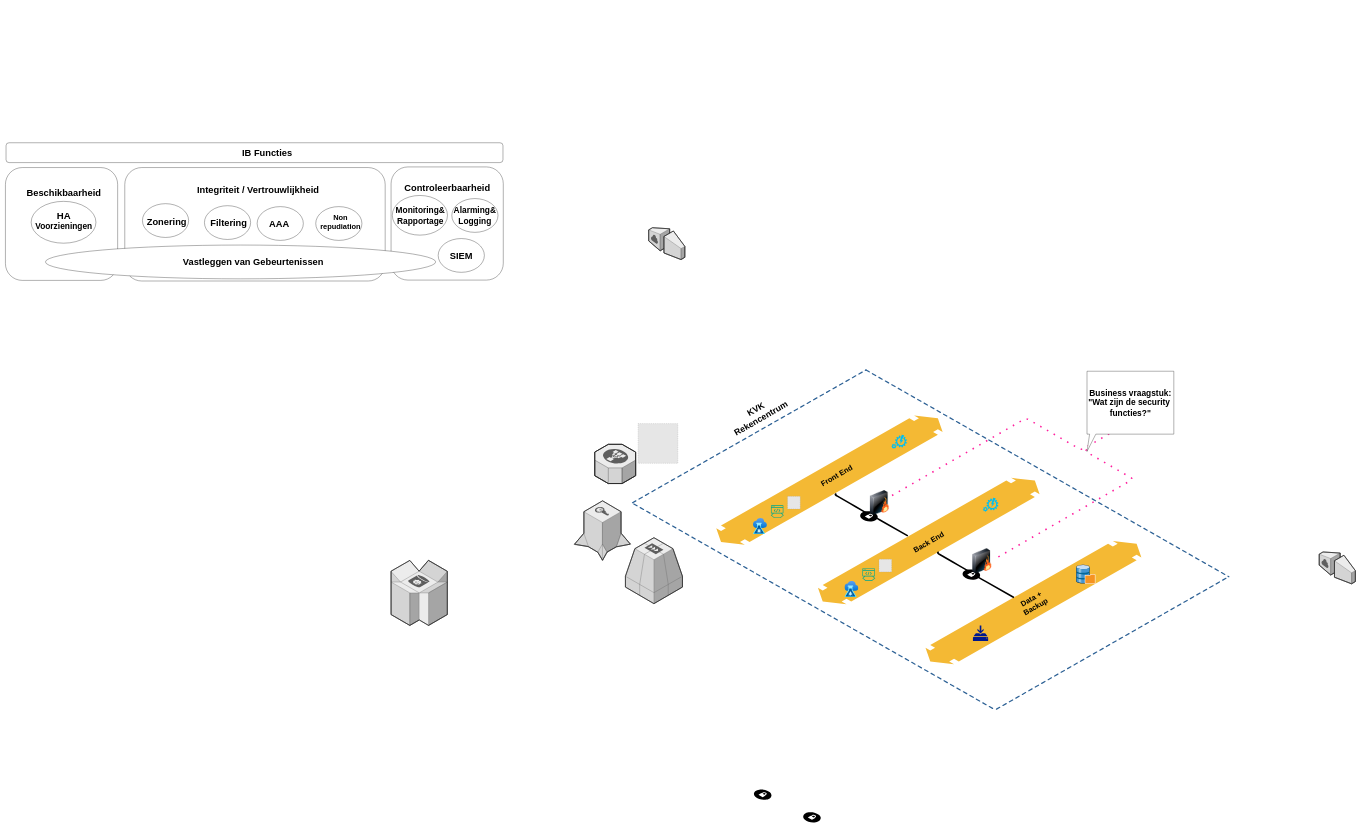
Before: Zonering.drawio in mhwwas/Terraform, a draw.io diagram. Source tidied: cells renumbered, new cells numbered last; positions are measured from the earlier drawing's top-left corner, leaving out a move shared by most shapes. Both pictures are drawn from the tidied source at 31%, with x=0, y=0 at pixel (5, 143). Pictures stored in the file or linked from it are replaced by grey dashed boxes.
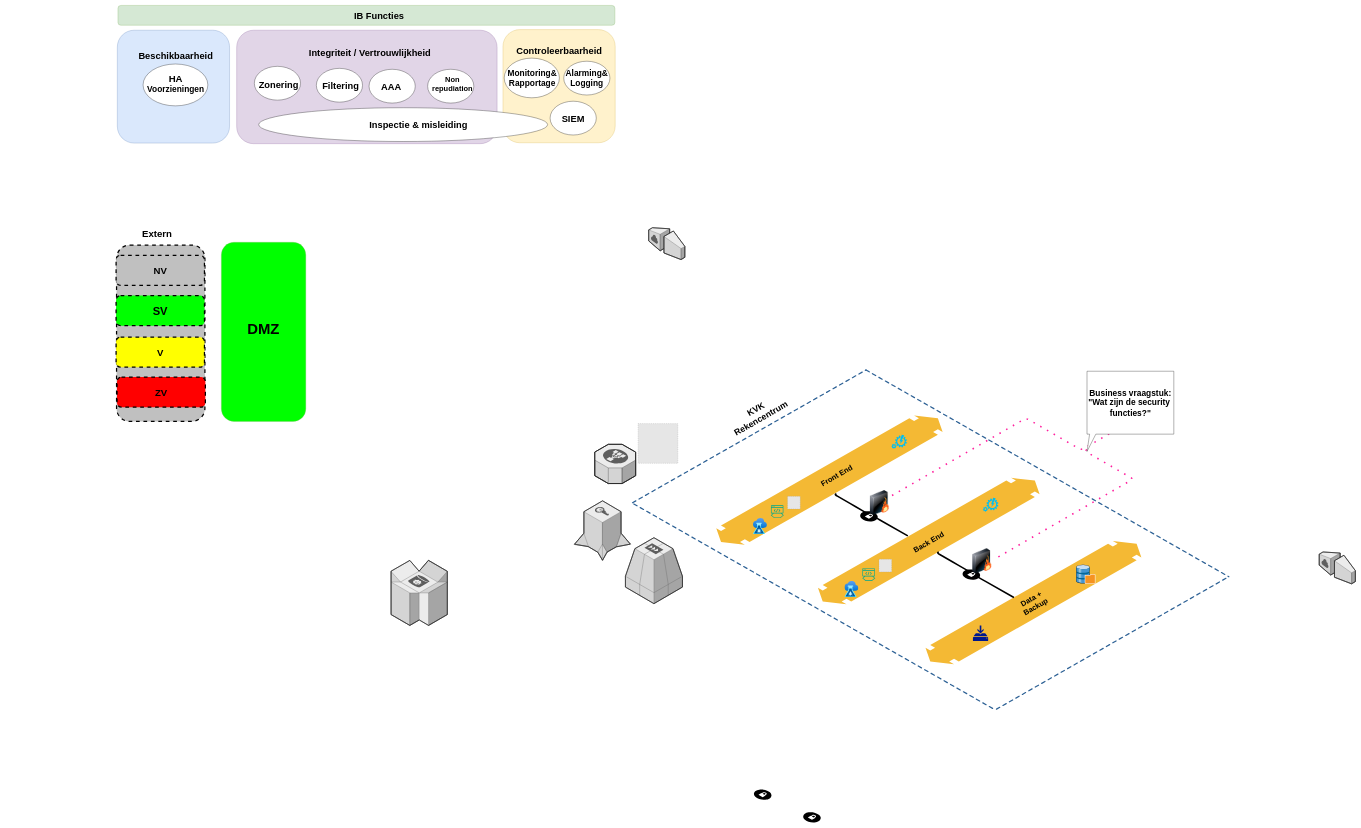
After the change.

Change to the diagram source:
```diff
@@
-    <mxCell id="43" style="rounded=1;whiteSpace=wrap;html=1;" parent="1" vertex="1">
-      <mxGeometry x="2" width="1603" height="64" as="geometry" />
+    <mxCell id="43" style="rounded=1;whiteSpace=wrap;html=1;fillColor=#d5e8d4;strokeColor=#82b366;" parent="1" vertex="1">
+      <mxGeometry x="363" y="-443" width="1603" height="64" as="geometry" />
     </mxCell>
-    <mxCell id="44" style="rounded=1;whiteSpace=wrap;html=1;" parent="1" vertex="1">
-      <mxGeometry y="80" width="362" height="364" as="geometry" />
+    <mxCell id="44" style="rounded=1;whiteSpace=wrap;html=1;fillColor=#dae8fc;strokeColor=#6c8ebf;" parent="1" vertex="1">
+      <mxGeometry x="361" y="-363" width="362" height="364" as="geometry" />
     </mxCell>
-    <mxCell id="45" style="rounded=1;whiteSpace=wrap;html=1;" parent="1" vertex="1">
-      <mxGeometry x="385" y="80" width="840" height="366" as="geometry" />
+    <mxCell id="45" style="rounded=1;whiteSpace=wrap;html=1;fillColor=#e1d5e7;strokeColor=#9673a6;" parent="1" vertex="1">
+      <mxGeometry x="746" y="-363" width="840" height="366" as="geometry" />
     </mxCell>
-    <mxCell id="46" style="rounded=1;whiteSpace=wrap;html=1;" parent="1" vertex="1">
-      <mxGeometry x="1244" y="78" width="362" height="365" as="geometry" />
+    <mxCell id="46" style="rounded=1;whiteSpace=wrap;html=1;fillColor=#fff2cc;strokeColor=#d6b656;" parent="1" vertex="1">
+      <mxGeometry x="1605" y="-365" width="362" height="365" as="geometry" />
     </mxCell>
     <mxCell id="47" value="&lt;font style=&quot;font-size: 30px;&quot;&gt;&lt;b&gt;IB Functies&lt;/b&gt;&lt;br&gt;&lt;/font&gt;" style="text;strokeColor=none;align=center;fillColor=none;html=1;verticalAlign=middle;whiteSpace=wrap;rounded=0;" parent="1" vertex="1">
-      <mxGeometry x="749" y="17" width="191" height="30" as="geometry" />
+      <mxGeometry x="1110" y="-426" width="191" height="30" as="geometry" />
     </mxCell>
     <mxCell id="48" value="&lt;font style=&quot;font-size: 30px;&quot;&gt;&lt;b&gt;Integriteit / Vertrouwlijkheid&lt;br&gt;&lt;/b&gt;&lt;/font&gt;" style="text;strokeColor=none;align=center;fillColor=none;html=1;verticalAlign=middle;whiteSpace=wrap;rounded=0;strokeWidth=33;" parent="1" vertex="1">
-      <mxGeometry x="599" y="137" width="432" height="30" as="geometry" />
+      <mxGeometry x="960" y="-306" width="432" height="30" as="geometry" />
     </mxCell>
     <mxCell id="49" value="&lt;font style=&quot;font-size: 30px;&quot;&gt;&lt;b&gt;Beschikbaarheid&lt;br&gt;&lt;/b&gt;&lt;/font&gt;" style="text;strokeColor=none;align=center;fillColor=none;html=1;verticalAlign=middle;whiteSpace=wrap;rounded=0;" parent="1" vertex="1">
-      <mxGeometry x="93" y="146" width="191" height="30" as="geometry" />
+      <mxGeometry x="454" y="-297" width="191" height="30" as="geometry" />
     </mxCell>
     <mxCell id="50" value="&lt;font style=&quot;font-size: 30px;&quot;&gt;&lt;b&gt;Controleerbaarheid&lt;br&gt;&lt;/b&gt;&lt;/font&gt;" style="text;strokeColor=none;align=center;fillColor=none;html=1;verticalAlign=middle;whiteSpace=wrap;rounded=0;strokeWidth=33;" parent="1" vertex="1">
-      <mxGeometry x="1275.5" y="130" width="299" height="30" as="geometry" />
+      <mxGeometry x="1636.5" y="-313" width="299" height="30" as="geometry" />
     </mxCell>
     <mxCell id="51" style="ellipse;whiteSpace=wrap;html=1;" parent="1" vertex="1">
-      <mxGeometry x="83" y="189" width="209" height="135" as="geometry" />
+      <mxGeometry x="444" y="-254" width="209" height="135" as="geometry" />
     </mxCell>
     <mxCell id="52" style="ellipse;whiteSpace=wrap;html=1;" parent="1" vertex="1">
-      <mxGeometry x="642" y="203" width="149" height="109" as="geometry" />
+      <mxGeometry x="1003" y="-240" width="149" height="109" as="geometry" />
     </mxCell>
     <mxCell id="53" style="ellipse;whiteSpace=wrap;html=1;" parent="1" vertex="1">
-      <mxGeometry x="812" y="206" width="149" height="109" as="geometry" />
+      <mxGeometry x="1173" y="-237" width="149" height="109" as="geometry" />
     </mxCell>
     <mxCell id="54" style="ellipse;whiteSpace=wrap;html=1;" parent="1" vertex="1">
-      <mxGeometry x="1001" y="206" width="149" height="109" as="geometry" />
+      <mxGeometry x="1362" y="-237" width="149" height="109" as="geometry" />
     </mxCell>
     <mxCell id="55" value="&lt;font style=&quot;font-size: 30px;&quot;&gt;&lt;b&gt;Filtering&lt;/b&gt;&lt;/font&gt;" style="text;strokeColor=none;align=center;fillColor=none;html=1;verticalAlign=middle;whiteSpace=wrap;rounded=0;" parent="1" vertex="1">
-      <mxGeometry x="625" y="242.5" width="191" height="30" as="geometry" />
+      <mxGeometry x="986" y="-200.5" width="191" height="30" as="geometry" />
     </mxCell>
     <mxCell id="56" value="&lt;font size=&quot;1&quot;&gt;&lt;b style=&quot;font-size: 30px;&quot;&gt;AAA&lt;/b&gt;&lt;/font&gt;" style="text;strokeColor=none;align=center;fillColor=none;html=1;verticalAlign=middle;whiteSpace=wrap;rounded=0;" parent="1" vertex="1">
-      <mxGeometry x="788" y="246" width="191" height="30" as="geometry" />
+      <mxGeometry x="1149" y="-197" width="191" height="30" as="geometry" />
     </mxCell>
     <mxCell id="57" value="&lt;font size=&quot;1&quot;&gt;&lt;b style=&quot;font-size: 31px;&quot;&gt;HA&lt;/b&gt;&lt;/font&gt; &lt;font style=&quot;font-size: 27px;&quot;&gt;&lt;b&gt;Voorzieningen&lt;/b&gt;&lt;br&gt;&lt;/font&gt;" style="text;strokeColor=none;align=center;fillColor=none;html=1;verticalAlign=middle;whiteSpace=wrap;rounded=0;" parent="1" vertex="1">
-      <mxGeometry x="93" y="236" width="191" height="30" as="geometry" />
+      <mxGeometry x="454" y="-207" width="191" height="30" as="geometry" />
     </mxCell>
     <mxCell id="58" style="ellipse;whiteSpace=wrap;html=1;" parent="1" vertex="1">
-      <mxGeometry x="442" y="196.5" width="149" height="109" as="geometry" />
+      <mxGeometry x="803" y="-246.5" width="149" height="109" as="geometry" />
     </mxCell>
     <mxCell id="59" value="&lt;font style=&quot;font-size: 30px;&quot;&gt;&lt;b&gt;Zonering&lt;br&gt;&lt;/b&gt;&lt;/font&gt;" style="text;strokeColor=none;align=center;fillColor=none;html=1;verticalAlign=middle;whiteSpace=wrap;rounded=0;" parent="1" vertex="1">
-      <mxGeometry x="425" y="240" width="191" height="30" as="geometry" />
+      <mxGeometry x="786" y="-203" width="191" height="30" as="geometry" />
     </mxCell>
     <mxCell id="60" style="ellipse;whiteSpace=wrap;html=1;" parent="1" vertex="1">
-      <mxGeometry x="129" y="330" width="1259" height="109" as="geometry" />
+      <mxGeometry x="817" y="-113" width="932" height="109" as="geometry" />
     </mxCell>
-    <mxCell id="61" value="&lt;font size=&quot;1&quot;&gt;&lt;b style=&quot;font-size: 30px;&quot;&gt;Vastleggen van Gebeurtenissen&lt;br&gt;&lt;/b&gt;&lt;/font&gt;" style="text;strokeColor=none;align=center;fillColor=none;html=1;verticalAlign=middle;whiteSpace=wrap;rounded=0;" parent="1" vertex="1">
-      <mxGeometry x="554" y="369.5" width="491" height="30" as="geometry" />
+    <mxCell id="61" value="&lt;font style=&quot;font-size: 30px;&quot;&gt;&lt;b&gt;Inspectie &amp;amp; misleiding&lt;br&gt;&lt;/b&gt;&lt;/font&gt;" style="text;strokeColor=none;align=center;fillColor=none;html=1;verticalAlign=middle;whiteSpace=wrap;rounded=0;" parent="1" vertex="1">
+      <mxGeometry x="1087" y="-73.5" width="491" height="30" as="geometry" />
     </mxCell>
     <mxCell id="62" style="ellipse;whiteSpace=wrap;html=1;" parent="1" vertex="1">
-      <mxGeometry x="1248" y="170" width="178" height="128" as="geometry" />
+      <mxGeometry x="1609" y="-273" width="178" height="128" as="geometry" />
     </mxCell>
     <mxCell id="63" style="ellipse;whiteSpace=wrap;html=1;" parent="1" vertex="1">
-      <mxGeometry x="1440" y="180" width="149" height="109" as="geometry" />
+      <mxGeometry x="1801" y="-263" width="149" height="109" as="geometry" />
     </mxCell>
     <mxCell id="64" value="&lt;font style=&quot;font-size: 30px;&quot;&gt;&lt;b&gt;SIEM&lt;/b&gt;&lt;/font&gt;" style="ellipse;whiteSpace=wrap;html=1;" parent="1" vertex="1">
-      <mxGeometry x="1396" y="309" width="149" height="109" as="geometry" />
+      <mxGeometry x="1757" y="-134" width="149" height="109" as="geometry" />
     </mxCell>
     <mxCell id="65" value="&lt;div style=&quot;font-size: 27px;&quot;&gt;&lt;font style=&quot;font-size: 27px;&quot;&gt;&lt;b&gt;Monitoring&amp;amp;&lt;/b&gt;&lt;/font&gt;&lt;/div&gt;&lt;div style=&quot;font-size: 27px;&quot;&gt;&lt;font style=&quot;font-size: 27px;&quot;&gt;&lt;b&gt;Rapportage&lt;br&gt;&lt;/b&gt;&lt;/font&gt;&lt;/div&gt;" style="text;strokeColor=none;align=center;fillColor=none;html=1;verticalAlign=middle;whiteSpace=wrap;rounded=0;" parent="1" vertex="1">
-      <mxGeometry x="1243" y="219.5" width="191" height="30" as="geometry" />
+      <mxGeometry x="1604" y="-223.5" width="191" height="30" as="geometry" />
     </mxCell>
     <mxCell id="66" value="&lt;div&gt;&lt;font size=&quot;1&quot;&gt;&lt;b style=&quot;font-size: 27px;&quot;&gt;Alarming&amp;amp;&lt;/b&gt;&lt;/font&gt;&lt;/div&gt;&lt;div&gt;&lt;font size=&quot;1&quot;&gt;&lt;b style=&quot;font-size: 27px;&quot;&gt;Logging&lt;br&gt;&lt;/b&gt;&lt;/font&gt;&lt;/div&gt;" style="text;strokeColor=none;align=center;fillColor=none;html=1;verticalAlign=middle;whiteSpace=wrap;rounded=0;" parent="1" vertex="1">
-      <mxGeometry x="1419" y="219.5" width="191" height="30" as="geometry" />
+      <mxGeometry x="1780" y="-223.5" width="191" height="30" as="geometry" />
     </mxCell>
     <mxCell id="67" value="&lt;font style=&quot;font-size: 24px;&quot;&gt;&lt;b&gt;Non repudiation&lt;/b&gt;&lt;br&gt;&lt;/font&gt;" style="text;strokeColor=none;align=center;fillColor=none;html=1;verticalAlign=middle;whiteSpace=wrap;rounded=0;" parent="1" vertex="1">
-      <mxGeometry x="1051" y="240" width="60" height="30" as="geometry" />
+      <mxGeometry x="1412" y="-203" width="60" height="30" as="geometry" />
     </mxCell>
+    <mxCell id="68" style="rounded=1;whiteSpace=wrap;html=1;fillColor=#00FF00;strokeColor=#82b366;" parent="1" vertex="1">
+      <mxGeometry x="696.5" y="321" width="272.5" height="578" as="geometry" />
+    </mxCell>
+    <mxCell id="69" value="&lt;font size=&quot;1&quot;&gt;&lt;b style=&quot;font-size: 48px;&quot;&gt;DMZ&lt;/b&gt;&lt;/font&gt;" style="text;strokeColor=none;align=center;fillColor=none;html=1;verticalAlign=middle;whiteSpace=wrap;rounded=0;" parent="1" vertex="1">
+      <mxGeometry x="737.2" y="587" width="191" height="30" as="geometry" />
+    </mxCell>
+    <mxCell id="70" style="rounded=1;whiteSpace=wrap;html=1;fillColor=#c0c0c0;strokeColor=#000000;dashed=1;strokeWidth=4;" parent="1" vertex="1">
+      <mxGeometry x="358.5" y="330" width="285" height="569" as="geometry" />
+    </mxCell>
+    <mxCell id="71" value="&lt;b&gt;&lt;font style=&quot;font-size: 31px;&quot;&gt;NV&lt;/font&gt;&lt;/b&gt;" style="rounded=1;whiteSpace=wrap;html=1;fillColor=#c0c0c0;strokeColor=#000000;dashed=1;strokeWidth=4;" parent="1" vertex="1">
+      <mxGeometry x="357" y="363" width="285" height="97" as="geometry" />
+    </mxCell>
+    <mxCell id="72" value="&lt;font style=&quot;font-size: 36px;&quot;&gt;&lt;b&gt;SV&lt;/b&gt;&lt;/font&gt;" style="rounded=1;whiteSpace=wrap;html=1;fillColor=#00FF00;strokeColor=#000000;dashed=1;strokeWidth=4;" parent="1" vertex="1">
+      <mxGeometry x="357" y="493" width="285" height="97" as="geometry" />
+    </mxCell>
+    <mxCell id="73" value="&lt;font size=&quot;1&quot;&gt;&lt;b&gt;&lt;font style=&quot;font-size: 31px;&quot;&gt;V&lt;/font&gt;&lt;/b&gt;&lt;/font&gt;" style="rounded=1;whiteSpace=wrap;html=1;fillColor=#FFFF00;strokeColor=#000000;dashed=1;strokeWidth=4;" parent="1" vertex="1">
+      <mxGeometry x="357" y="627" width="285" height="97" as="geometry" />
+    </mxCell>
+    <mxCell id="74" value="&lt;font style=&quot;font-size: 31px;&quot;&gt;&lt;b&gt;ZV&lt;/b&gt;&lt;/font&gt;" style="rounded=1;whiteSpace=wrap;html=1;fillColor=#FF0000;strokeColor=#000000;dashed=1;strokeWidth=4;" parent="1" vertex="1">
+      <mxGeometry x="360" y="756" width="285" height="97" as="geometry" />
+    </mxCell>
+    <mxCell id="75" value="&lt;font size=&quot;1&quot;&gt;&lt;b style=&quot;font-size: 31px;&quot;&gt;Extern&lt;/b&gt;&lt;/font&gt;" style="text;strokeColor=none;align=center;fillColor=none;html=1;verticalAlign=middle;whiteSpace=wrap;rounded=0;" parent="1" vertex="1">
+      <mxGeometry x="393.5" y="280" width="191" height="30" as="geometry" />
+    </mxCell>
```
